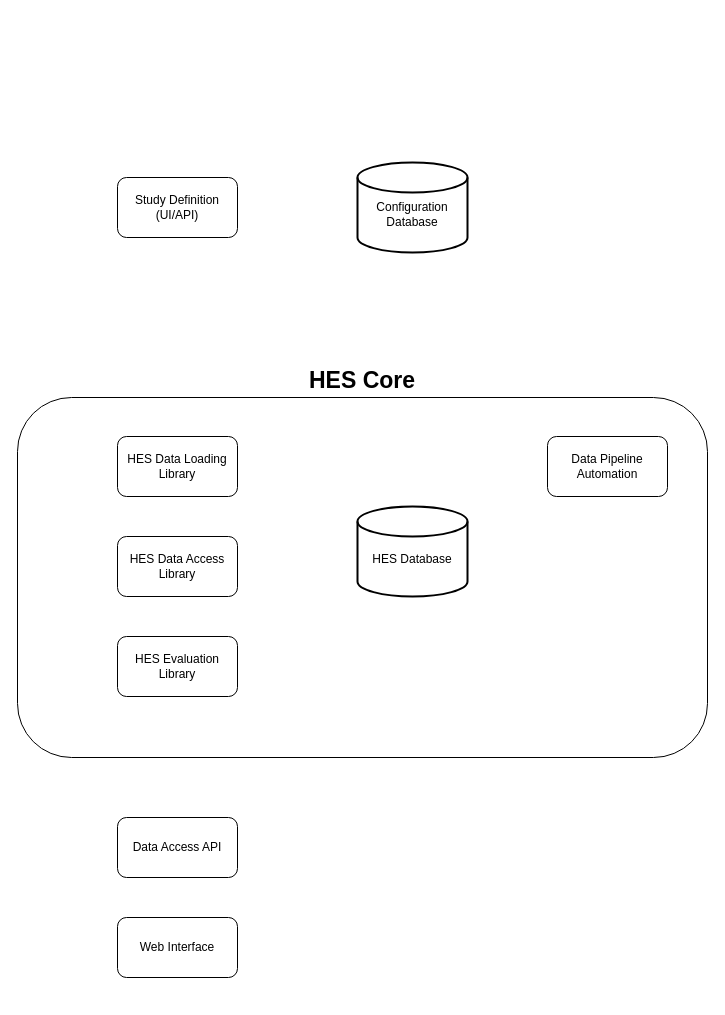
The draw.io diagram docs/Untitled Diagram.drawio in RTIInternational/hydro-evaluation, before the edit. Source tidied: cells renumbered, new cells numbered last; positions are measured from the earlier drawing's top-left corner, leaving out a move shared by most shapes. Both pictures are drawn from the tidied source at 100%, with x=0, y=0 at pixel (17, 162).
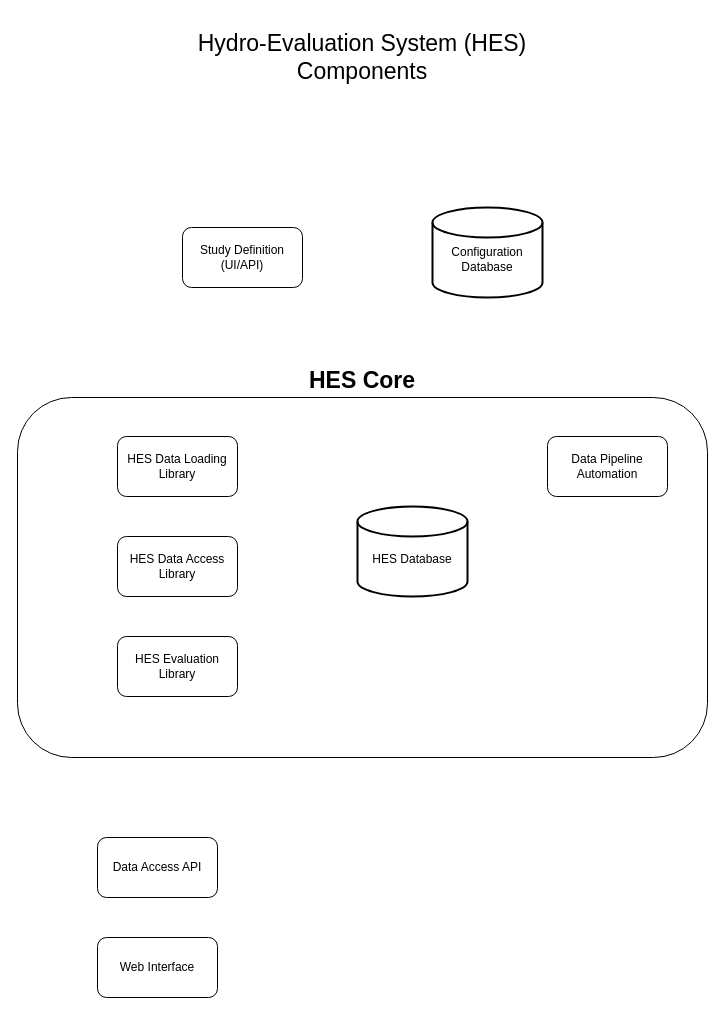
After the change.

Diff of the diagram source:
```diff
@@
-<mxGraphModel>
+<mxGraphModel background="#ffffff">
   <root>
     <mxCell id="0" />
     <mxCell id="1" parent="0" />
     <mxCell id="2" value="&lt;b&gt;&lt;font style=&quot;font-size: 23px;&quot;&gt;HES &lt;font style=&quot;font-size: 23px;&quot;&gt;Core&lt;/font&gt;&lt;/font&gt;&lt;/b&gt;" style="rounded=1;whiteSpace=wrap;html=1;labelPosition=center;verticalLabelPosition=top;align=center;verticalAlign=bottom;" parent="1" vertex="1">
       <mxGeometry y="235" width="690" height="360" as="geometry" />
     </mxCell>
     <mxCell id="3" value="HES Data Loading Library" style="rounded=1;whiteSpace=wrap;html=1;fontSize=12;glass=0;strokeWidth=1;shadow=0;" parent="1" vertex="1">
       <mxGeometry x="100" y="274" width="120" height="60" as="geometry" />
     </mxCell>
     <mxCell id="4" value="&lt;br&gt;&lt;div&gt;Configuration Database&lt;/div&gt;" style="strokeWidth=2;html=1;shape=mxgraph.flowchart.database;whiteSpace=wrap;" parent="1" vertex="1">
-      <mxGeometry x="340" width="110" height="90" as="geometry" />
+      <mxGeometry x="415" y="45" width="110" height="90" as="geometry" />
     </mxCell>
     <mxCell id="5" value="&lt;div&gt;Study Definition&lt;/div&gt;&lt;div&gt;(UI/API)&lt;br&gt;&lt;/div&gt;" style="rounded=1;whiteSpace=wrap;html=1;fontSize=12;glass=0;strokeWidth=1;shadow=0;" parent="1" vertex="1">
-      <mxGeometry x="100" y="15" width="120" height="60" as="geometry" />
+      <mxGeometry x="165" y="65" width="120" height="60" as="geometry" />
     </mxCell>
     <mxCell id="6" value="&lt;br&gt;&lt;div&gt;HES Database&lt;/div&gt;" style="strokeWidth=2;html=1;shape=mxgraph.flowchart.database;whiteSpace=wrap;" parent="1" vertex="1">
       <mxGeometry x="340" y="344" width="110" height="90" as="geometry" />
     </mxCell>
     <mxCell id="7" value="HES Data Access Library" style="rounded=1;whiteSpace=wrap;html=1;fontSize=12;glass=0;strokeWidth=1;shadow=0;" parent="1" vertex="1">
       <mxGeometry x="100" y="374" width="120" height="60" as="geometry" />
     </mxCell>
     <mxCell id="8" value="HES Evaluation Library" style="rounded=1;whiteSpace=wrap;html=1;fontSize=12;glass=0;strokeWidth=1;shadow=0;" parent="1" vertex="1">
       <mxGeometry x="100" y="474" width="120" height="60" as="geometry" />
     </mxCell>
     <mxCell id="9" value="Data Access API" style="rounded=1;whiteSpace=wrap;html=1;fontSize=12;glass=0;strokeWidth=1;shadow=0;" parent="1" vertex="1">
-      <mxGeometry x="100" y="655" width="120" height="60" as="geometry" />
+      <mxGeometry x="80" y="675" width="120" height="60" as="geometry" />
     </mxCell>
     <mxCell id="10" value="Web Interface" style="rounded=1;whiteSpace=wrap;html=1;fontSize=12;glass=0;strokeWidth=1;shadow=0;" parent="1" vertex="1">
-      <mxGeometry x="100" y="755" width="120" height="60" as="geometry" />
+      <mxGeometry x="80" y="775" width="120" height="60" as="geometry" />
     </mxCell>
     <mxCell id="11" value="Data Pipeline Automation" style="rounded=1;whiteSpace=wrap;html=1;fontSize=12;glass=0;strokeWidth=1;shadow=0;" parent="1" vertex="1">
       <mxGeometry x="530" y="274" width="120" height="60" as="geometry" />
     </mxCell>
+    <mxCell id="12" value="Hydro-Evaluation System (HES) Components" style="text;html=1;strokeColor=none;fillColor=none;align=center;verticalAlign=middle;whiteSpace=wrap;rounded=0;fontSize=23;" parent="1" vertex="1">
+      <mxGeometry x="175" y="-145" width="340" height="80" as="geometry" />
+    </mxCell>
   </root>
 </mxGraphModel>
```
